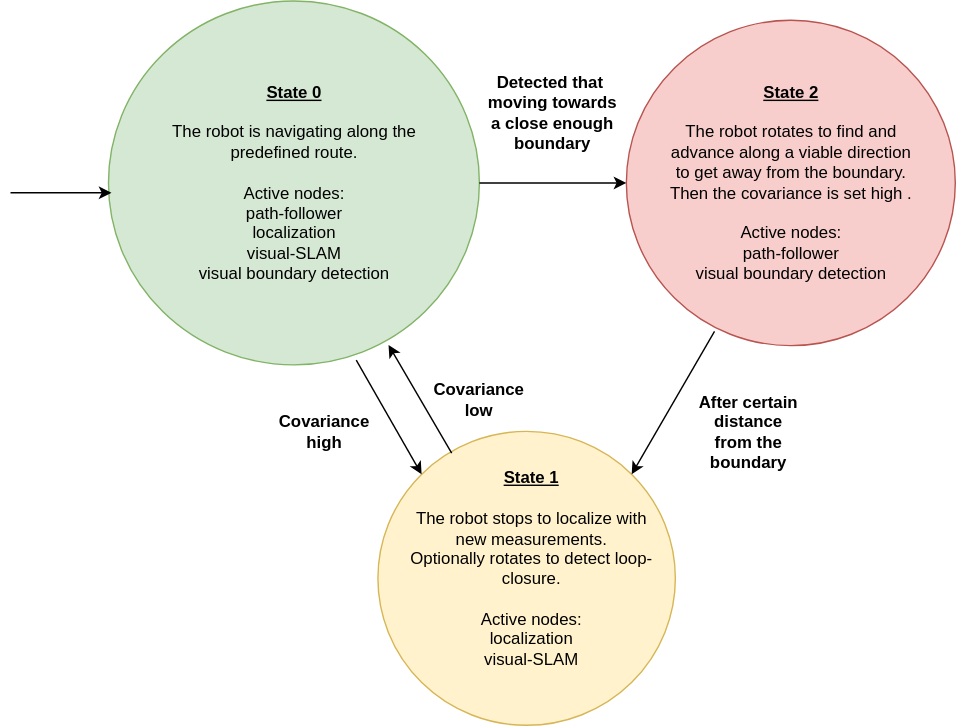
Before: doc/media/states.svg, a diagram exported from draw.io (TianzeLi/hrp_myversion). Source tidied: cells renumbered, new cells last; positions are measured from the earlier drawing's top-left corner, leaving out a move shared by most shapes.
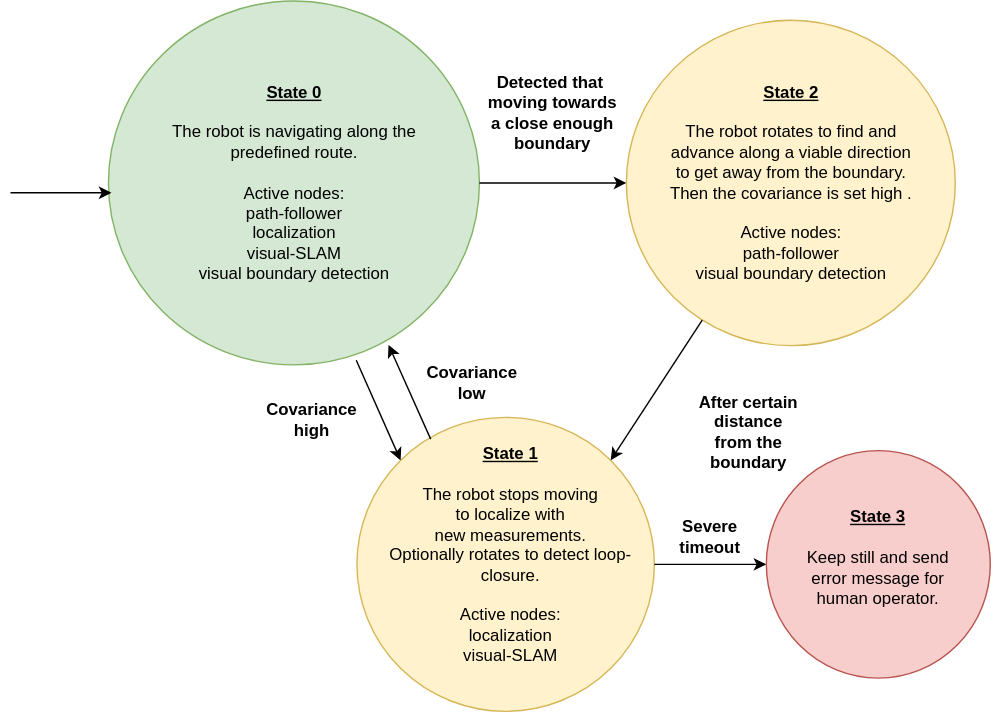
Above is the later version.

Commit message:
State machine plot changed.

Change to the diagram source:
```diff
@@ -9,12 +9,12 @@
       <mxGeometry x="108.8" y="60" width="187.5" height="140" as="geometry" />
     </mxCell>
     <mxCell id="4" style="ellipse;whiteSpace=wrap;html=1;fillColor=#fff2cc;strokeColor=#d6b656;" parent="1" vertex="1">
-      <mxGeometry x="262.5" y="307.5" width="212.5" height="210" as="geometry" />
+      <mxGeometry x="247.5" y="297.5" width="212.5" height="210" as="geometry" />
     </mxCell>
-    <mxCell id="5" value="&lt;div&gt;&lt;u&gt;&lt;b&gt;State 1&lt;br&gt;&lt;/b&gt;&lt;/u&gt;&lt;/div&gt;&lt;div&gt;&lt;br&gt;&lt;/div&gt;&lt;div&gt;The robot stops to localize with&lt;br&gt;&lt;/div&gt;&lt;div&gt;new measurements.&lt;/div&gt;&lt;div&gt;Optionally rotates to detect loop-closure.&lt;br&gt;&lt;/div&gt;&lt;div&gt;&lt;br&gt;&lt;/div&gt;&lt;div&gt;Active nodes:&lt;/div&gt;&lt;div&gt;localization&lt;/div&gt;&lt;div&gt;visual-SLAM&lt;/div&gt;&lt;div&gt;&lt;br&gt;&lt;/div&gt;" style="text;html=1;strokeColor=none;fillColor=none;align=center;verticalAlign=middle;whiteSpace=wrap;rounded=0;" parent="1" vertex="1">
-      <mxGeometry x="275" y="350" width="195" height="125" as="geometry" />
+    <mxCell id="5" value="&lt;div&gt;&lt;u&gt;&lt;b&gt;State 1&lt;br&gt;&lt;/b&gt;&lt;/u&gt;&lt;/div&gt;&lt;div&gt;&lt;br&gt;&lt;/div&gt;&lt;div&gt;The robot stops moving &lt;br&gt;&lt;/div&gt;&lt;div&gt;to localize with&lt;br&gt;&lt;/div&gt;&lt;div&gt;new measurements.&lt;/div&gt;&lt;div&gt;Optionally rotates to detect loop-closure.&lt;br&gt;&lt;/div&gt;&lt;div&gt;&lt;br&gt;&lt;/div&gt;&lt;div&gt;Active nodes:&lt;/div&gt;&lt;div&gt;localization&lt;/div&gt;&lt;div&gt;visual-SLAM&lt;/div&gt;&lt;div&gt;&lt;br&gt;&lt;/div&gt;" style="text;html=1;strokeColor=none;fillColor=none;align=center;verticalAlign=middle;whiteSpace=wrap;rounded=0;" parent="1" vertex="1">
+      <mxGeometry x="260" y="340" width="195" height="125" as="geometry" />
     </mxCell>
-    <mxCell id="6" style="ellipse;whiteSpace=wrap;html=1;fillColor=#f8cecc;strokeColor=#b85450;" parent="1" vertex="1">
+    <mxCell id="6" style="ellipse;whiteSpace=wrap;html=1;fillColor=#fff2cc;strokeColor=#d6b656;" parent="1" vertex="1">
       <mxGeometry x="440" y="13.8" width="235" height="232.5" as="geometry" />
     </mxCell>
     <mxCell id="7" value="&lt;div&gt;&lt;u&gt;&lt;b&gt;State 2&lt;br&gt;&lt;/b&gt;&lt;/u&gt;&lt;/div&gt;&lt;div&gt;&lt;br&gt;&lt;/div&gt;&lt;div&gt;The robot rotates to find and advance along a viable direction to get away from the boundary. Then the covariance is set high .&lt;/div&gt;&lt;div&gt;&lt;br&gt;&lt;/div&gt;&lt;div&gt;Active nodes:&lt;/div&gt;&lt;div&gt;path-follower&lt;br&gt;&lt;/div&gt;&lt;div&gt;visual boundary detection&lt;br&gt;&lt;/div&gt;" style="text;html=1;strokeColor=none;fillColor=none;align=center;verticalAlign=middle;whiteSpace=wrap;rounded=0;" parent="1" vertex="1">
@@ -29,14 +29,14 @@
     <mxCell id="10" style="endArrow=classic;html=1;entryX=0;entryY=0.5;entryDx=0;entryDy=0;exitX=1;exitY=0.5;exitDx=0;exitDy=0;" parent="1" edge="1" source="2" target="6">
       <mxGeometry relative="1" as="geometry" />
     </mxCell>
-    <mxCell id="11" style="endArrow=classic;html=1;exitX=0.268;exitY=0.956;exitDx=0;exitDy=0;exitPerimeter=0;entryX=1;entryY=0;entryDx=0;entryDy=0;" parent="1" edge="1" source="6" target="4">
+    <mxCell id="11" style="endArrow=classic;html=1;entryX=1;entryY=0;entryDx=0;entryDy=0;" parent="1" edge="1" source="6" target="4">
       <mxGeometry relative="1" as="geometry" />
     </mxCell>
     <mxCell id="12" value="&lt;div&gt;&lt;b&gt;Covariance &lt;br&gt;&lt;/b&gt;&lt;/div&gt;&lt;div&gt;&lt;b&gt;low&lt;/b&gt;&lt;/div&gt;" style="text;html=1;strokeColor=none;fillColor=none;align=center;verticalAlign=middle;whiteSpace=wrap;rounded=0;" parent="1" vertex="1">
-      <mxGeometry x="285" y="272.5" width="100" height="25" as="geometry" />
+      <mxGeometry x="280" y="260" width="100" height="25" as="geometry" />
     </mxCell>
     <mxCell id="13" value="&lt;div&gt;&lt;b&gt;Covariance&lt;/b&gt;&lt;/div&gt;&lt;div&gt;&lt;b&gt;high&lt;br&gt;&lt;/b&gt;&lt;/div&gt;" style="text;html=1;strokeColor=none;fillColor=none;align=center;verticalAlign=middle;whiteSpace=wrap;rounded=0;" parent="1" vertex="1">
-      <mxGeometry x="180" y="286.2" width="88.8" height="43.8" as="geometry" />
+      <mxGeometry x="171.2" y="277.5" width="88.8" height="43.8" as="geometry" />
     </mxCell>
     <mxCell id="14" value="&lt;b&gt;After certain distance from the boundary&lt;/b&gt;" style="text;html=1;strokeColor=none;fillColor=none;align=center;verticalAlign=middle;whiteSpace=wrap;rounded=0;" parent="1" vertex="1">
       <mxGeometry x="490" y="272.5" width="75" height="70" as="geometry" />
@@ -49,5 +49,17 @@
         <mxPoint y="137" as="sourcePoint" />
       </mxGeometry>
     </mxCell>
+    <mxCell id="17" style="endArrow=classic;html=1;exitX=1;exitY=0.5;exitDx=0;exitDy=0;entryX=0;entryY=0.5;entryDx=0;entryDy=0;" parent="1" edge="1" source="4" target="18">
+      <mxGeometry relative="1" as="geometry" />
+    </mxCell>
+    <mxCell id="18" style="ellipse;whiteSpace=wrap;html=1;fillColor=#f8cecc;strokeColor=#b85450;" parent="1" vertex="1">
+      <mxGeometry x="540" y="321.2" width="160" height="162.5" as="geometry" />
+    </mxCell>
+    <mxCell id="19" value="&lt;div&gt;&lt;u&gt;&lt;b&gt;State 3&lt;br&gt;&lt;/b&gt;&lt;/u&gt;&lt;/div&gt;&lt;div&gt;&lt;br&gt;&lt;/div&gt;&lt;div&gt;Keep still and send error message for human operator.&lt;br&gt;&lt;/div&gt;&lt;div&gt;&lt;br&gt;&lt;/div&gt;" style="text;html=1;strokeColor=none;fillColor=none;align=center;verticalAlign=middle;whiteSpace=wrap;rounded=0;" parent="1" vertex="1">
+      <mxGeometry x="563.1" y="350" width="113.8" height="110" as="geometry" />
+    </mxCell>
+    <mxCell id="20" value="&lt;div&gt;&lt;b&gt;Severe&lt;/b&gt;&lt;/div&gt;&lt;div&gt;&lt;b&gt; timeout&lt;/b&gt;&lt;/div&gt;" style="text;html=1;strokeColor=none;fillColor=none;align=center;verticalAlign=middle;whiteSpace=wrap;rounded=0;" parent="1" vertex="1">
+      <mxGeometry x="450" y="370" width="100" height="25" as="geometry" />
+    </mxCell>
   </root>
 </mxGraphModel>
```
